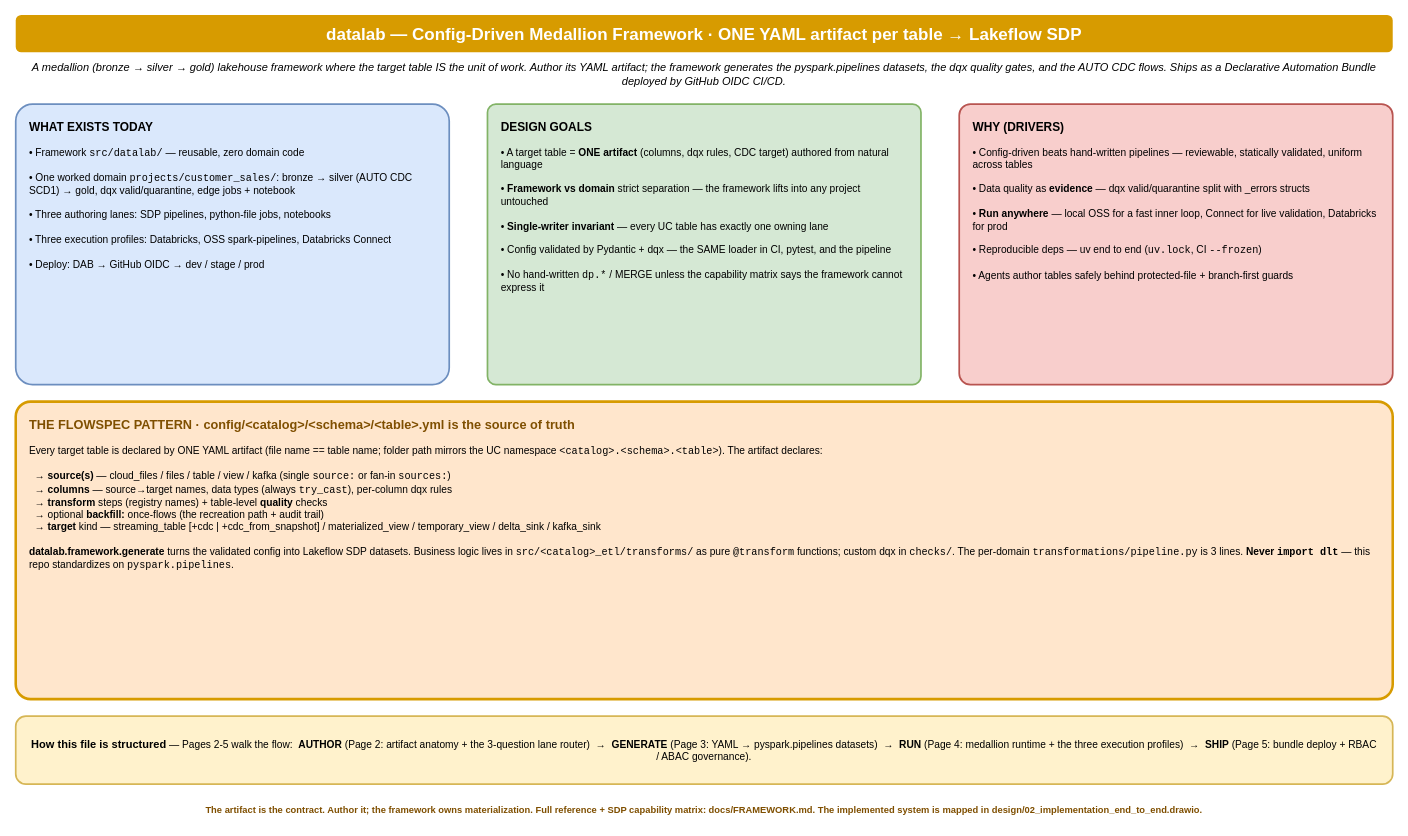
Earlier version of the draw.io diagram page "1 - Context" (1 of 5) of design/01_design_config_driven_medallion.drawio (Vegash09/Demo_Lab). Source tidied: cells renumbered, new cells numbered last; positions are measured from the earlier drawing's top-left corner, leaving out a move shared by most shapes. Both pictures are drawn from the tidied source at 85%, with x=0, y=0 at pixel (15, 14).
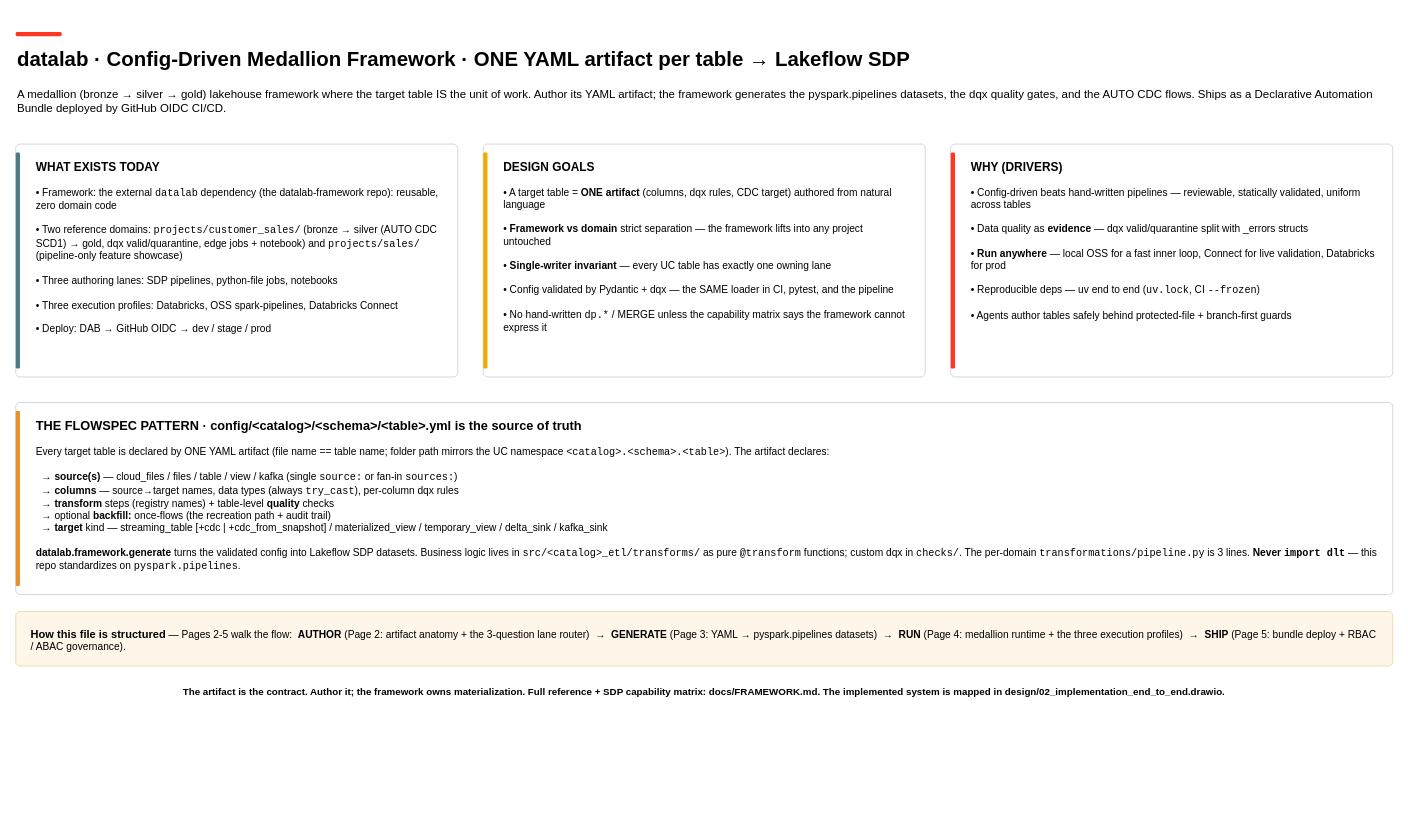
The same diagram, later.

The edit, as a diff of the source:
```diff
@@
 <mxGraphModel>
   <root>
     <mxCell id="0" />
     <mxCell id="1" parent="0" />
-    <mxCell id="2" value="datalab — Config-Driven Medallion Framework  ·  ONE YAML artifact per table → Lakeflow SDP" style="text;html=1;strokeColor=none;fillColor=#D79B00;fontColor=#FFFFFF;align=center;verticalAlign=middle;whiteSpace=wrap;rounded=1;fontSize=20;fontStyle=1;" parent="1" vertex="1">
-      <mxGeometry width="1620" height="44" as="geometry" />
-    </mxCell>
+    <mxCell id="10" style="rounded=1;absoluteArcSize=1;arcSize=3;whiteSpace=wrap;html=1;fillColor=#FF3621;strokeColor=none;strokeWidth=1;fontColor=#000000;fontSize=13;align=center;verticalAlign=middle;spacingLeft=8;spacingRight=8;spacingTop=6;spacingBottom=6;fontFamily=Helvetica;" parent="1" vertex="1">
+      <mxGeometry y="20" width="54" height="5" as="geometry" />
+    </mxCell>
+    <mxCell id="11" value="&lt;b&gt;datalab · Config-Driven Medallion Framework · ONE YAML artifact per table → Lakeflow SDP&lt;/b&gt;" style="text;html=1;strokeColor=none;fillColor=none;align=left;verticalAlign=middle;whiteSpace=wrap;fontSize=24;fontColor=#000000;fontFamily=Helvetica;" parent="1" vertex="1">
+      <mxGeometry y="34" width="1620" height="38" as="geometry" />
+    </mxCell>
-    <mxCell id="3" value="A medallion (bronze → silver → gold) lakehouse framework where the target table IS the unit of work. Author its YAML artifact; the framework generates the pyspark.pipelines datasets, the dqx quality gates, and the AUTO CDC flows. Ships as a Declarative Automation Bundle deployed by GitHub OIDC CI/CD." style="text;html=1;align=center;verticalAlign=middle;whiteSpace=wrap;fontSize=13;fontStyle=2;" parent="1" vertex="1">
-      <mxGeometry y="50" width="1620" height="40" as="geometry" />
+    <mxCell id="3" value="A medallion (bronze → silver → gold) lakehouse framework where the target table IS the unit of work. Author its YAML artifact; the framework generates the pyspark.pipelines datasets, the dqx quality gates, and the AUTO CDC flows. Ships as a Declarative Automation Bundle deployed by GitHub OIDC CI/CD." style="text;html=1;strokeColor=none;fillColor=none;align=left;verticalAlign=middle;whiteSpace=wrap;fontSize=13.5;fontColor=#000000;fontFamily=Helvetica;" parent="1" vertex="1">
+      <mxGeometry y="78" width="1620" height="48" as="geometry" />
     </mxCell>
-    <mxCell id="4" value="&lt;b style='font-size:14px;'&gt;WHAT EXISTS TODAY&lt;/b&gt;&lt;br&gt;&lt;br&gt;• Framework &lt;tt&gt;src/datalab/&lt;/tt&gt; — reusable, zero domain code&lt;br&gt;&lt;br&gt;• One worked domain &lt;tt&gt;projects/customer_sales/&lt;/tt&gt;: bronze → silver (AUTO CDC SCD1) → gold, dqx valid/quarantine, edge jobs + notebook&lt;br&gt;&lt;br&gt;• Three authoring lanes: SDP pipelines, python-file jobs, notebooks&lt;br&gt;&lt;br&gt;• Three execution profiles: Databricks, OSS spark-pipelines, Databricks Connect&lt;br&gt;&lt;br&gt;• Deploy: DAB → GitHub OIDC → dev / stage / prod" style="rounded=1;whiteSpace=wrap;html=1;fillColor=#DAE8FC;strokeColor=#6C8EBF;strokeWidth=2;align=left;verticalAlign=top;spacingLeft=14;spacingTop=12;spacingRight=14;fontSize=12;arcSize=6;" parent="1" vertex="1">
-      <mxGeometry y="105" width="510" height="330" as="geometry" />
-    </mxCell>
+    <mxCell id="12" value="&lt;b style='font-size:14px;'&gt;WHAT EXISTS TODAY&lt;/b&gt;&lt;br&gt;&lt;br&gt;• Framework: the external &lt;tt&gt;datalab&lt;/tt&gt; dependency (the datalab-framework repo): reusable, zero domain code&lt;br&gt;&lt;br&gt;• Two reference domains: &lt;tt&gt;projects/customer_sales/&lt;/tt&gt; (bronze → silver (AUTO CDC SCD1) → gold, dqx valid/quarantine, edge jobs + notebook) and &lt;tt&gt;projects/sales/&lt;/tt&gt; (pipeline-only feature showcase)&lt;br&gt;&lt;br&gt;• Three authoring lanes: SDP pipelines, python-file jobs, notebooks&lt;br&gt;&lt;br&gt;• Three execution profiles: Databricks, OSS spark-pipelines, Databricks Connect&lt;br&gt;&lt;br&gt;• Deploy: DAB → GitHub OIDC → dev / stage / prod" style="rounded=1;absoluteArcSize=1;arcSize=10;whiteSpace=wrap;html=1;fillColor=#FFFFFF;strokeColor=#C9D2DC;strokeWidth=1;fontColor=#000000;fontSize=12;align=left;verticalAlign=top;spacingLeft=22;spacingRight=14;spacingTop=12;spacingBottom=10;fontFamily=Helvetica;" parent="1" vertex="1">
+      <mxGeometry y="152" width="520" height="274" as="geometry" />
+    </mxCell>
+    <mxCell id="13" style="rounded=1;absoluteArcSize=1;arcSize=3;whiteSpace=wrap;html=1;fillColor=#4E7A88;strokeColor=none;strokeWidth=1;fontColor=#000000;fontSize=13;align=center;verticalAlign=middle;spacingLeft=8;spacingRight=8;spacingTop=6;spacingBottom=6;fontFamily=Helvetica;" parent="1" vertex="1">
+      <mxGeometry y="162" width="5" height="254" as="geometry" />
+    </mxCell>
-    <mxCell id="5" value="&lt;b style='font-size:14px;'&gt;DESIGN GOALS&lt;/b&gt;&lt;br&gt;&lt;br&gt;• A target table = &lt;b&gt;ONE artifact&lt;/b&gt; (columns, dqx rules, CDC target) authored from natural language&lt;br&gt;&lt;br&gt;• &lt;b&gt;Framework vs domain&lt;/b&gt; strict separation — the framework lifts into any project untouched&lt;br&gt;&lt;br&gt;• &lt;b&gt;Single-writer invariant&lt;/b&gt; — every UC table has exactly one owning lane&lt;br&gt;&lt;br&gt;• Config validated by Pydantic + dqx — the SAME loader in CI, pytest, and the pipeline&lt;br&gt;&lt;br&gt;• No hand-written &lt;tt&gt;dp.*&lt;/tt&gt; / MERGE unless the capability matrix says the framework cannot express it" style="rounded=1;whiteSpace=wrap;html=1;fillColor=#D5E8D4;strokeColor=#82B366;strokeWidth=2;align=left;verticalAlign=top;spacingLeft=14;spacingTop=12;spacingRight=14;fontSize=12;arcSize=3;" parent="1" vertex="1">
-      <mxGeometry x="555" y="105" width="510" height="330" as="geometry" />
+    <mxCell id="5" value="&lt;b style='font-size:14px;'&gt;DESIGN GOALS&lt;/b&gt;&lt;br&gt;&lt;br&gt;• A target table = &lt;b&gt;ONE artifact&lt;/b&gt; (columns, dqx rules, CDC target) authored from natural language&lt;br&gt;&lt;br&gt;• &lt;b&gt;Framework vs domain&lt;/b&gt; strict separation — the framework lifts into any project untouched&lt;br&gt;&lt;br&gt;• &lt;b&gt;Single-writer invariant&lt;/b&gt; — every UC table has exactly one owning lane&lt;br&gt;&lt;br&gt;• Config validated by Pydantic + dqx — the SAME loader in CI, pytest, and the pipeline&lt;br&gt;&lt;br&gt;• No hand-written &lt;tt&gt;dp.*&lt;/tt&gt; / MERGE unless the capability matrix says the framework cannot express it" style="rounded=1;absoluteArcSize=1;arcSize=10;whiteSpace=wrap;html=1;fillColor=#FFFFFF;strokeColor=#C9D2DC;strokeWidth=1;fontColor=#000000;fontSize=12;align=left;verticalAlign=top;spacingLeft=22;spacingRight=14;spacingTop=12;spacingBottom=10;fontFamily=Helvetica;" parent="1" vertex="1">
+      <mxGeometry x="550" y="152" width="520" height="274" as="geometry" />
     </mxCell>
+    <mxCell id="14" style="rounded=1;absoluteArcSize=1;arcSize=3;whiteSpace=wrap;html=1;fillColor=#F2A900;strokeColor=none;strokeWidth=1;fontColor=#000000;fontSize=13;align=center;verticalAlign=middle;spacingLeft=8;spacingRight=8;spacingTop=6;spacingBottom=6;fontFamily=Helvetica;" parent="1" vertex="1">
+      <mxGeometry x="550" y="162" width="5" height="254" as="geometry" />
+    </mxCell>
-    <mxCell id="6" value="&lt;b style='font-size:14px;'&gt;WHY (DRIVERS)&lt;/b&gt;&lt;br&gt;&lt;br&gt;• Config-driven beats hand-written pipelines — reviewable, statically validated, uniform across tables&lt;br&gt;&lt;br&gt;• Data quality as &lt;b&gt;evidence&lt;/b&gt; — dqx valid/quarantine split with _errors structs&lt;br&gt;&lt;br&gt;• &lt;b&gt;Run anywhere&lt;/b&gt; — local OSS for a fast inner loop, Connect for live validation, Databricks for prod&lt;br&gt;&lt;br&gt;• Reproducible deps — uv end to end (&lt;tt&gt;uv.lock&lt;/tt&gt;, CI &lt;tt&gt;--frozen&lt;/tt&gt;)&lt;br&gt;&lt;br&gt;• Agents author tables safely behind protected-file + branch-first guards" style="rounded=1;whiteSpace=wrap;html=1;fillColor=#F8CECC;strokeColor=#B85450;strokeWidth=2;align=left;verticalAlign=top;spacingLeft=14;spacingTop=12;spacingRight=14;fontSize=12;arcSize=4;" parent="1" vertex="1">
-      <mxGeometry x="1110" y="105" width="510" height="330" as="geometry" />
+    <mxCell id="6" value="&lt;b style='font-size:14px;'&gt;WHY (DRIVERS)&lt;/b&gt;&lt;br&gt;&lt;br&gt;• Config-driven beats hand-written pipelines — reviewable, statically validated, uniform across tables&lt;br&gt;&lt;br&gt;• Data quality as &lt;b&gt;evidence&lt;/b&gt; — dqx valid/quarantine split with _errors structs&lt;br&gt;&lt;br&gt;• &lt;b&gt;Run anywhere&lt;/b&gt; — local OSS for a fast inner loop, Connect for live validation, Databricks for prod&lt;br&gt;&lt;br&gt;• Reproducible deps — uv end to end (&lt;tt&gt;uv.lock&lt;/tt&gt;, CI &lt;tt&gt;--frozen&lt;/tt&gt;)&lt;br&gt;&lt;br&gt;• Agents author tables safely behind protected-file + branch-first guards" style="rounded=1;absoluteArcSize=1;arcSize=10;whiteSpace=wrap;html=1;fillColor=#FFFFFF;strokeColor=#C9D2DC;strokeWidth=1;fontColor=#000000;fontSize=12;align=left;verticalAlign=top;spacingLeft=22;spacingRight=14;spacingTop=12;spacingBottom=10;fontFamily=Helvetica;" parent="1" vertex="1">
+      <mxGeometry x="1100" y="152" width="520" height="274" as="geometry" />
     </mxCell>
+    <mxCell id="15" style="rounded=1;absoluteArcSize=1;arcSize=3;whiteSpace=wrap;html=1;fillColor=#FF3621;strokeColor=none;strokeWidth=1;fontColor=#000000;fontSize=13;align=center;verticalAlign=middle;spacingLeft=8;spacingRight=8;spacingTop=6;spacingBottom=6;fontFamily=Helvetica;" parent="1" vertex="1">
+      <mxGeometry x="1100" y="162" width="5" height="254" as="geometry" />
+    </mxCell>
-    <mxCell id="7" value="&lt;b style='font-size:15px;color:#7F4F00;'&gt;THE FLOWSPEC PATTERN  ·  config/&amp;lt;catalog&amp;gt;/&amp;lt;schema&amp;gt;/&amp;lt;table&amp;gt;.yml is the source of truth&lt;/b&gt;&lt;br&gt;&lt;br&gt;Every target table is declared by ONE YAML artifact (file name == table name; folder path mirrors the UC namespace &lt;tt&gt;&amp;lt;catalog&amp;gt;.&amp;lt;schema&amp;gt;.&amp;lt;table&amp;gt;&lt;/tt&gt;). The artifact declares:&lt;br&gt;&lt;br&gt;&amp;nbsp;&amp;nbsp;→ &lt;b&gt;source(s)&lt;/b&gt; — cloud_files / files / table / view / kafka (single &lt;tt&gt;source:&lt;/tt&gt; or fan-in &lt;tt&gt;sources:&lt;/tt&gt;)&lt;br&gt;&amp;nbsp;&amp;nbsp;→ &lt;b&gt;columns&lt;/b&gt; — source→target names, data types (always &lt;tt&gt;try_cast&lt;/tt&gt;), per-column dqx rules&lt;br&gt;&amp;nbsp;&amp;nbsp;→ &lt;b&gt;transform&lt;/b&gt; steps (registry names) + table-level &lt;b&gt;quality&lt;/b&gt; checks&lt;br&gt;&amp;nbsp;&amp;nbsp;→ optional &lt;b&gt;backfill:&lt;/b&gt; once-flows (the recreation path + audit trail)&lt;br&gt;&amp;nbsp;&amp;nbsp;→ &lt;b&gt;target&lt;/b&gt; kind — streaming_table [+cdc | +cdc_from_snapshot] / materialized_view / temporary_view / delta_sink / kafka_sink&lt;br&gt;&lt;br&gt;&lt;b&gt;datalab.framework.generate&lt;/b&gt; turns the validated config into Lakeflow SDP datasets. Business logic lives in &lt;tt&gt;src/&amp;lt;catalog&amp;gt;_etl/transforms/&lt;/tt&gt; as pure &lt;tt&gt;@transform&lt;/tt&gt; functions; custom dqx in &lt;tt&gt;checks/&lt;/tt&gt;. The per-domain &lt;tt&gt;transformations/pipeline.py&lt;/tt&gt; is 3 lines. &lt;b&gt;Never &lt;tt&gt;import dlt&lt;/tt&gt;&lt;/b&gt; — this repo standardizes on &lt;tt&gt;pyspark.pipelines&lt;/tt&gt;." style="rounded=1;whiteSpace=wrap;html=1;fillColor=#FFE6CC;strokeColor=#D79B00;strokeWidth=3;align=left;verticalAlign=top;spacingLeft=14;spacingTop=12;spacingRight=14;fontSize=12;arcSize=5;" parent="1" vertex="1">
-      <mxGeometry y="455" width="1620" height="350" as="geometry" />
+    <mxCell id="7" value="&lt;b style='font-size:15px;'&gt;THE FLOWSPEC PATTERN  ·  config/&amp;lt;catalog&amp;gt;/&amp;lt;schema&amp;gt;/&amp;lt;table&amp;gt;.yml is the source of truth&lt;/b&gt;&lt;br&gt;&lt;br&gt;Every target table is declared by ONE YAML artifact (file name == table name; folder path mirrors the UC namespace &lt;tt&gt;&amp;lt;catalog&amp;gt;.&amp;lt;schema&amp;gt;.&amp;lt;table&amp;gt;&lt;/tt&gt;). The artifact declares:&lt;br&gt;&lt;br&gt;&amp;nbsp;&amp;nbsp;→ &lt;b&gt;source(s)&lt;/b&gt; — cloud_files / files / table / view / kafka (single &lt;tt&gt;source:&lt;/tt&gt; or fan-in &lt;tt&gt;sources:&lt;/tt&gt;)&lt;br&gt;&amp;nbsp;&amp;nbsp;→ &lt;b&gt;columns&lt;/b&gt; — source→target names, data types (always &lt;tt&gt;try_cast&lt;/tt&gt;), per-column dqx rules&lt;br&gt;&amp;nbsp;&amp;nbsp;→ &lt;b&gt;transform&lt;/b&gt; steps (registry names) + table-level &lt;b&gt;quality&lt;/b&gt; checks&lt;br&gt;&amp;nbsp;&amp;nbsp;→ optional &lt;b&gt;backfill:&lt;/b&gt; once-flows (the recreation path + audit trail)&lt;br&gt;&amp;nbsp;&amp;nbsp;→ &lt;b&gt;target&lt;/b&gt; kind — streaming_table [+cdc | +cdc_from_snapshot] / materialized_view / temporary_view / delta_sink / kafka_sink&lt;br&gt;&lt;br&gt;&lt;b&gt;datalab.framework.generate&lt;/b&gt; turns the validated config into Lakeflow SDP datasets. Business logic lives in &lt;tt&gt;src/&amp;lt;catalog&amp;gt;_etl/transforms/&lt;/tt&gt; as pure &lt;tt&gt;@transform&lt;/tt&gt; functions; custom dqx in &lt;tt&gt;checks/&lt;/tt&gt;. The per-domain &lt;tt&gt;transformations/pipeline.py&lt;/tt&gt; is 3 lines. &lt;b&gt;Never &lt;tt&gt;import dlt&lt;/tt&gt;&lt;/b&gt; — this repo standardizes on &lt;tt&gt;pyspark.pipelines&lt;/tt&gt;." style="rounded=1;absoluteArcSize=1;arcSize=10;whiteSpace=wrap;html=1;fillColor=#FFFFFF;strokeColor=#C9D2DC;strokeWidth=1;fontColor=#000000;fontSize=12;align=left;verticalAlign=top;spacingLeft=22;spacingRight=14;spacingTop=12;spacingBottom=10;fontFamily=Helvetica;" parent="1" vertex="1">
+      <mxGeometry y="456" width="1620" height="226" as="geometry" />
     </mxCell>
+    <mxCell id="16" style="rounded=1;absoluteArcSize=1;arcSize=3;whiteSpace=wrap;html=1;fillColor=#E8912A;strokeColor=none;strokeWidth=1;fontColor=#000000;fontSize=13;align=center;verticalAlign=middle;spacingLeft=8;spacingRight=8;spacingTop=6;spacingBottom=6;fontFamily=Helvetica;" parent="1" vertex="1">
+      <mxGeometry y="466" width="5" height="206" as="geometry" />
+    </mxCell>
-    <mxCell id="8" value="&lt;b style='font-size:13px;'&gt;How this file is structured&lt;/b&gt; — Pages 2-5 walk the flow:&amp;nbsp; &lt;b&gt;AUTHOR&lt;/b&gt; (Page 2: artifact anatomy + the 3-question lane router) &amp;nbsp;→&amp;nbsp; &lt;b&gt;GENERATE&lt;/b&gt; (Page 3: YAML → pyspark.pipelines datasets) &amp;nbsp;→&amp;nbsp; &lt;b&gt;RUN&lt;/b&gt; (Page 4: medallion runtime + the three execution profiles) &amp;nbsp;→&amp;nbsp; &lt;b&gt;SHIP&lt;/b&gt; (Page 5: bundle deploy + RBAC / ABAC governance)." style="rounded=1;whiteSpace=wrap;html=1;fillColor=#FFF2CC;strokeColor=#D6B656;strokeWidth=2;align=center;verticalAlign=middle;spacingLeft=16;spacingRight=16;fontSize=12;" parent="1" vertex="1">
-      <mxGeometry y="825" width="1620" height="80" as="geometry" />
+    <mxCell id="8" value="&lt;b style='font-size:13px;'&gt;How this file is structured&lt;/b&gt; — Pages 2-5 walk the flow:&amp;nbsp; &lt;b&gt;AUTHOR&lt;/b&gt; (Page 2: artifact anatomy + the 3-question lane router) &amp;nbsp;→&amp;nbsp; &lt;b&gt;GENERATE&lt;/b&gt; (Page 3: YAML → pyspark.pipelines datasets) &amp;nbsp;→&amp;nbsp; &lt;b&gt;RUN&lt;/b&gt; (Page 4: medallion runtime + the three execution profiles) &amp;nbsp;→&amp;nbsp; &lt;b&gt;SHIP&lt;/b&gt; (Page 5: bundle deploy + RBAC / ABAC governance)." style="rounded=1;absoluteArcSize=1;arcSize=10;whiteSpace=wrap;html=1;fillColor=#FDF6E9;strokeColor=#EBD6A8;strokeWidth=1;fontColor=#000000;fontSize=12;align=left;verticalAlign=top;spacingLeft=16;spacingRight=14;spacingTop=12;spacingBottom=10;fontFamily=Helvetica;" parent="1" vertex="1">
+      <mxGeometry y="702" width="1620" height="64" as="geometry" />
     </mxCell>
-    <mxCell id="9" value="The artifact is the contract. Author it; the framework owns materialization. Full reference + SDP capability matrix: docs/FRAMEWORK.md.  The implemented system is mapped in design/02_implementation_end_to_end.drawio." style="text;html=1;align=center;verticalAlign=middle;whiteSpace=wrap;fontSize=11;fontStyle=1;fontColor=#7F4F00;" parent="1" vertex="1">
-      <mxGeometry y="920" width="1620" height="30" as="geometry" />
+    <mxCell id="9" value="&lt;b&gt;The artifact is the contract. Author it; the framework owns materialization. Full reference + SDP capability matrix: docs/FRAMEWORK.md.  The implemented system is mapped in design/02_implementation_end_to_end.drawio.&lt;/b&gt;" style="text;html=1;strokeColor=none;fillColor=none;align=center;verticalAlign=middle;whiteSpace=wrap;fontSize=11.5;fontColor=#000000;fontFamily=Helvetica;" parent="1" vertex="1">
+      <mxGeometry y="784" width="1620" height="26" as="geometry" />
     </mxCell>
   </root>
 </mxGraphModel>
```
